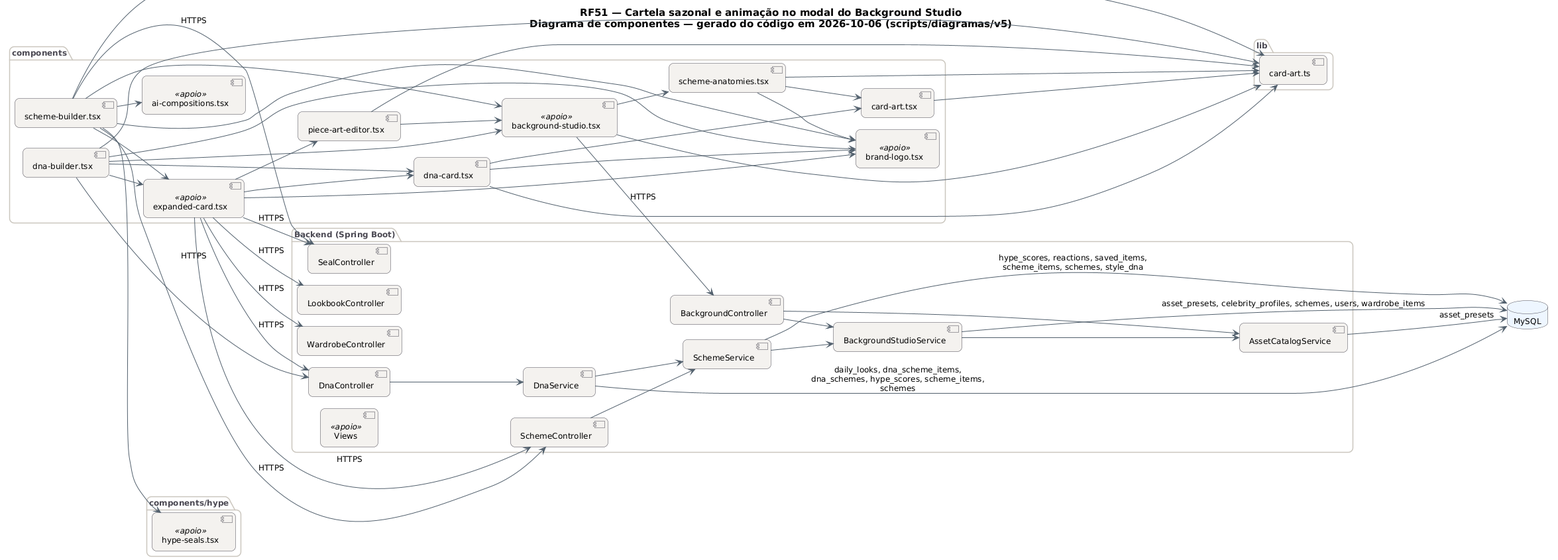
This is docs/diagramas/RF51/RF51_Componentes.png from MatheusHaliski/tcc-2026-fashion-ai-backend, a PlantUML export, as it was before one commit. Its diagram source:
```plantuml
@startuml RF51_Componentes
!pragma layout smetana
skinparam backgroundColor #FFFFFF
skinparam shadowing false
skinparam defaultFontName "DejaVu Sans"
skinparam defaultFontSize 12
skinparam titleFontSize 15
skinparam roundcorner 14
skinparam ArrowColor #52606D
skinparam note {
  BackgroundColor #FFFDEB
  BorderColor #D8CE78
  FontColor #554F24
}
skinparam component {
  BackgroundColor #F4F2EF
  BorderColor #4A4852
}
skinparam package {
  BorderColor #CBC6BE
  FontColor #4A4852
}
skinparam database {
  BackgroundColor #EEF6FF
  BorderColor #4A4852
}
skinparam cloud {
  BackgroundColor #F0FBF6
  BorderColor #4A4852
}
left to right direction
title RF51 — Cartela sazonal e animação no modal do Background Studio\nDiagrama de componentes — gerado do código em 2026-10-06 (scripts/diagramas/v5)

package "components" {
  component "scheme-builder.tsx" as m_components_scheme_builder_tsx
  component "dna-builder.tsx" as m_components_dna_builder_tsx
  component "piece-art-editor.tsx" as m_components_piece_art_editor_tsx
  component "scheme-anatomies.tsx" as m_components_scheme_anatomies_tsx
  component "dna-card.tsx" as m_components_dna_card_tsx
  component "card-art.tsx" as m_components_card_art_tsx
  component "ai-compositions.tsx" as m_components_ai_compositions_tsx <<apoio>>
  component "background-studio.tsx" as m_components_background_studio_tsx <<apoio>>
  component "brand-logo.tsx" as m_components_brand_logo_tsx <<apoio>>
  component "expanded-card.tsx" as m_components_expanded_card_tsx <<apoio>>
}
package "lib" {
  component "card-art.ts" as m_lib_card_art_ts
}
package "components/hype" {
  component "hype-seals.tsx" as m_components_hype_hype_seals_tsx <<apoio>>
}
package "Backend (Spring Boot)" {
  component "BackgroundController" as BackgroundController
  component "DnaController" as DnaController
  component "LookbookController" as LookbookController
  component "SchemeController" as SchemeController
  component "SealController" as SealController
  component "WardrobeController" as WardrobeController
  component "AssetCatalogService" as AssetCatalogService
  component "BackgroundStudioService" as BackgroundStudioService
  component "DnaService" as DnaService
  component "SchemeService" as SchemeService
  component "Views" as Views <<apoio>>
}
database "MySQL" as DB_MySQL
AssetCatalogService --> DB_MySQL : asset_presets
BackgroundController --> AssetCatalogService
BackgroundController --> BackgroundStudioService
BackgroundStudioService --> AssetCatalogService
BackgroundStudioService --> DB_MySQL : asset_presets, celebrity_profiles, schemes, users, wardrobe_items
DnaController --> DnaService
DnaService --> DB_MySQL : daily_looks, dna_scheme_items,\ndna_schemes, hype_scores, scheme_items,\nschemes
DnaService --> SchemeService
SchemeController --> SchemeService
SchemeService --> BackgroundStudioService
SchemeService --> DB_MySQL : hype_scores, reactions, saved_items,\nscheme_items, schemes, style_dna
m_components_background_studio_tsx --> BackgroundController : HTTPS
m_components_background_studio_tsx --> m_components_scheme_anatomies_tsx
m_components_background_studio_tsx --> m_lib_card_art_ts
m_components_card_art_tsx --> m_lib_card_art_ts
m_components_dna_builder_tsx --> DnaController : HTTPS
m_components_dna_builder_tsx --> m_components_background_studio_tsx
m_components_dna_builder_tsx --> m_components_brand_logo_tsx
m_components_dna_builder_tsx --> m_components_dna_card_tsx
m_components_dna_builder_tsx --> m_components_expanded_card_tsx
m_components_dna_builder_tsx --> m_lib_card_art_ts
m_components_dna_card_tsx --> m_components_brand_logo_tsx
m_components_dna_card_tsx --> m_components_card_art_tsx
m_components_dna_card_tsx --> m_lib_card_art_ts
m_components_expanded_card_tsx --> DnaController : HTTPS
m_components_expanded_card_tsx --> LookbookController : HTTPS
m_components_expanded_card_tsx --> SchemeController : HTTPS
m_components_expanded_card_tsx --> SealController : HTTPS
m_components_expanded_card_tsx --> WardrobeController : HTTPS
m_components_expanded_card_tsx --> m_components_brand_logo_tsx
m_components_expanded_card_tsx --> m_components_dna_card_tsx
m_components_expanded_card_tsx --> m_components_piece_art_editor_tsx
m_components_piece_art_editor_tsx --> m_components_background_studio_tsx
m_components_piece_art_editor_tsx --> m_lib_card_art_ts
m_components_scheme_anatomies_tsx --> m_components_brand_logo_tsx
m_components_scheme_anatomies_tsx --> m_components_card_art_tsx
m_components_scheme_anatomies_tsx --> m_lib_card_art_ts
m_components_scheme_builder_tsx --> SchemeController : HTTPS
m_components_scheme_builder_tsx --> SealController : HTTPS
m_components_scheme_builder_tsx --> m_components_ai_compositions_tsx
m_components_scheme_builder_tsx --> m_components_background_studio_tsx
m_components_scheme_builder_tsx --> m_components_brand_logo_tsx
m_components_scheme_builder_tsx --> m_components_expanded_card_tsx
m_components_scheme_builder_tsx --> m_components_hype_hype_seals_tsx
m_components_scheme_builder_tsx --> m_lib_card_art_ts
@enduml
```
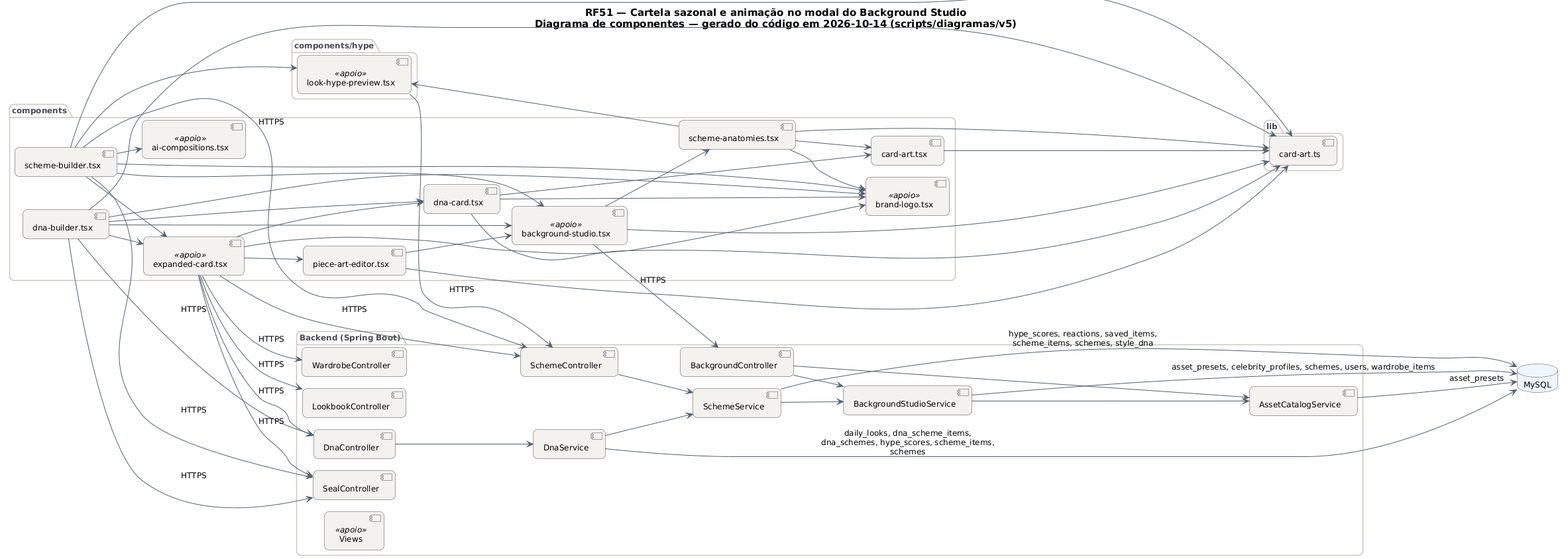
After the commit.

What changed in the source:
```diff
@@ -29,7 +29,7 @@
   BorderColor #4A4852
 }
 left to right direction
-title RF51 — Cartela sazonal e animação no modal do Background Studio\nDiagrama de componentes — gerado do código em 2026-10-06 (scripts/diagramas/v5)
+title RF51 — Cartela sazonal e animação no modal do Background Studio\nDiagrama de componentes — gerado do código em 2026-10-14 (scripts/diagramas/v5)
 
 package "components" {
   component "scheme-builder.tsx" as m_components_scheme_builder_tsx
@@ -47,7 +47,7 @@
   component "card-art.ts" as m_lib_card_art_ts
 }
 package "components/hype" {
-  component "hype-seals.tsx" as m_components_hype_hype_seals_tsx <<apoio>>
+  component "look-hype-preview.tsx" as m_components_hype_look_hype_preview_tsx <<apoio>>
 }
 package "Backend (Spring Boot)" {
   component "BackgroundController" as BackgroundController
@@ -79,6 +79,7 @@
 m_components_background_studio_tsx --> m_lib_card_art_ts
 m_components_card_art_tsx --> m_lib_card_art_ts
 m_components_dna_builder_tsx --> DnaController : HTTPS
+m_components_dna_builder_tsx --> SealController : HTTPS
 m_components_dna_builder_tsx --> m_components_background_studio_tsx
 m_components_dna_builder_tsx --> m_components_brand_logo_tsx
 m_components_dna_builder_tsx --> m_components_dna_card_tsx
@@ -95,10 +96,12 @@
 m_components_expanded_card_tsx --> m_components_brand_logo_tsx
 m_components_expanded_card_tsx --> m_components_dna_card_tsx
 m_components_expanded_card_tsx --> m_components_piece_art_editor_tsx
+m_components_hype_look_hype_preview_tsx --> SchemeController : HTTPS
 m_components_piece_art_editor_tsx --> m_components_background_studio_tsx
 m_components_piece_art_editor_tsx --> m_lib_card_art_ts
 m_components_scheme_anatomies_tsx --> m_components_brand_logo_tsx
 m_components_scheme_anatomies_tsx --> m_components_card_art_tsx
+m_components_scheme_anatomies_tsx --> m_components_hype_look_hype_preview_tsx
 m_components_scheme_anatomies_tsx --> m_lib_card_art_ts
 m_components_scheme_builder_tsx --> SchemeController : HTTPS
 m_components_scheme_builder_tsx --> SealController : HTTPS
@@ -106,6 +109,6 @@
 m_components_scheme_builder_tsx --> m_components_background_studio_tsx
 m_components_scheme_builder_tsx --> m_components_brand_logo_tsx
 m_components_scheme_builder_tsx --> m_components_expanded_card_tsx
-m_components_scheme_builder_tsx --> m_components_hype_hype_seals_tsx
+m_components_scheme_builder_tsx --> m_components_hype_look_hype_preview_tsx
 m_components_scheme_builder_tsx --> m_lib_card_art_ts
 @enduml
```
